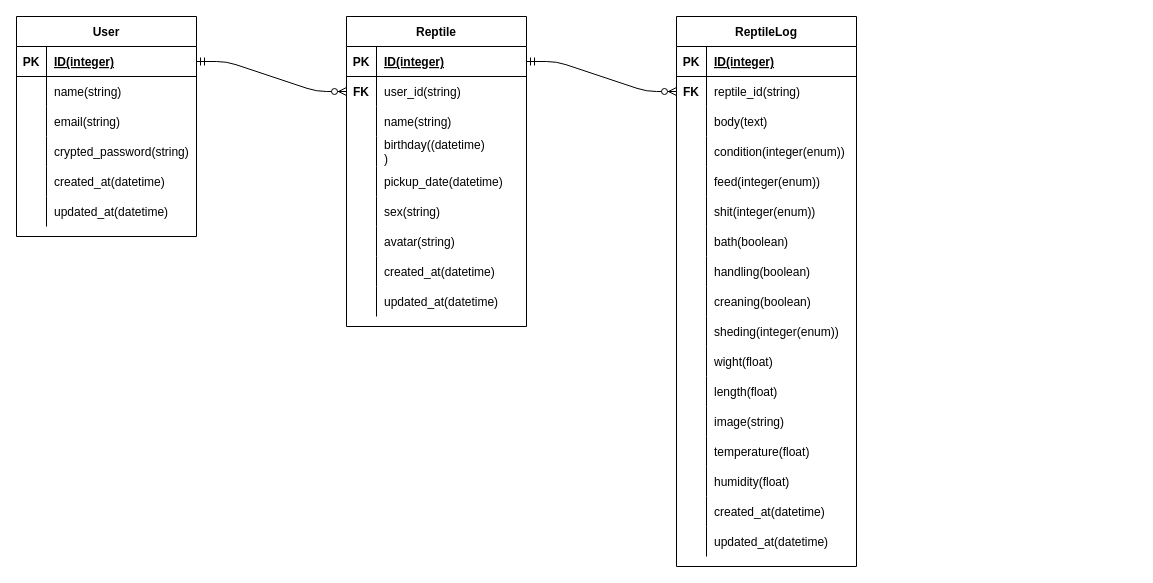
This is er.drawio from shuhei-T/reptiles_log, a draw.io file, before an edit. Source tidied: cells renumbered, new cells numbered last; positions are measured from the earlier drawing's top-left corner, leaving out a move shared by most shapes. Both pictures are drawn from the tidied source at 100%, with x=0, y=0 at pixel (16, 16).
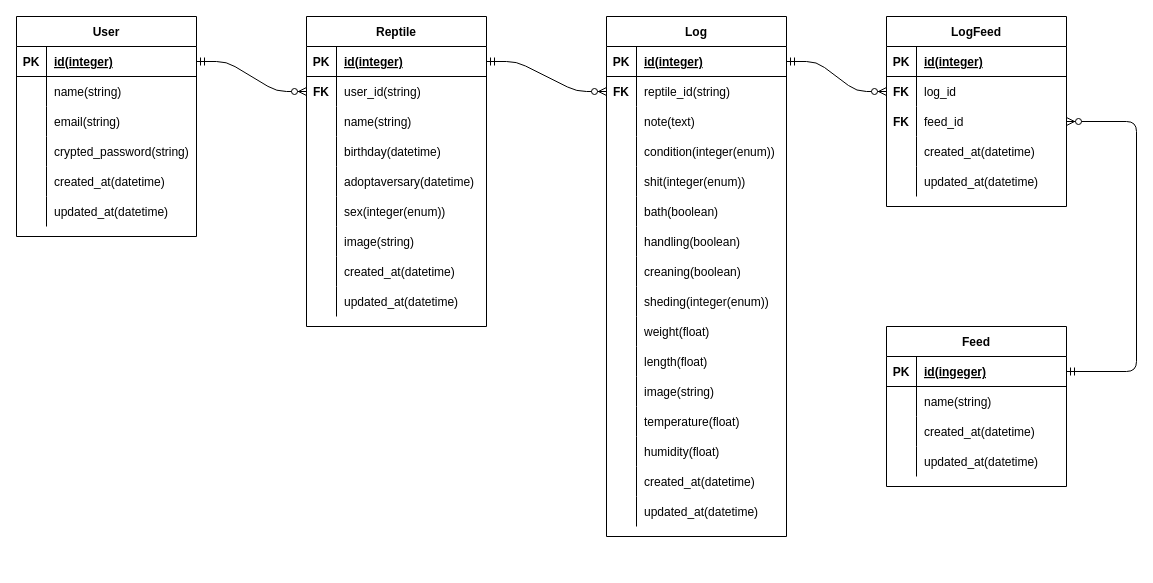
The same diagram, later.

The change refers to these unchanged cells:
```xml
<mxCell id="3" style="shape=partialRectangle;fillColor=none;top=0;left=0;bottom=1;right=0;points=[[0,0.5],[1,0.5]];portConstraint=eastwest;" parent="2" vertex="1">
  <mxGeometry y="30" width="180" height="30" as="geometry" />
</mxCell>
<mxCell id="22" style="shape=partialRectangle;fillColor=none;top=0;left=0;bottom=1;right=0;points=[[0,0.5],[1,0.5]];portConstraint=eastwest;" parent="21" vertex="1">
  <mxGeometry y="30" width="180" height="30" as="geometry" />
</mxCell>
<mxCell id="31" style="shape=partialRectangle;fillColor=none;top=0;left=0;bottom=0;right=0;" parent="21" vertex="1">
  <mxGeometry y="120" width="180" height="30" as="geometry" />
</mxCell>
<mxCell id="34" style="shape=partialRectangle;fillColor=none;top=0;left=0;bottom=0;right=0;" parent="21" vertex="1">
  <mxGeometry y="150" width="180" height="30" as="geometry" />
</mxCell>
<mxCell id="37" style="shape=partialRectangle;fillColor=none;top=0;left=0;bottom=0;right=0;" parent="21" vertex="1">
  <mxGeometry y="180" width="180" height="30" as="geometry" />
</mxCell>
<mxCell id="40" style="shape=partialRectangle;fillColor=none;top=0;left=0;bottom=0;right=0;" parent="21" vertex="1">
  <mxGeometry y="210" width="180" height="30" as="geometry" />
</mxCell>
<mxCell id="52" style="shape=partialRectangle;fillColor=none;top=0;left=0;bottom=1;right=0;points=[[0,0.5],[1,0.5]];portConstraint=eastwest;" parent="51" vertex="1">
  <mxGeometry y="30" width="180" height="30" as="geometry" />
</mxCell>
<mxCell id="58" style="shape=partialRectangle;fillColor=none;top=0;left=0;bottom=0;right=0;" parent="51" vertex="1">
  <mxGeometry y="90" width="180" height="30" as="geometry" />
</mxCell>
```

The edit, as a diff of the source:
```diff
@@
-    <mxCell id="5" value="ID(integer)" style="shape=partialRectangle;fillColor=none;top=0;left=0;bottom=0;right=0;align=left;spacingLeft=6;fontStyle=5;overflow=hidden;" parent="3" vertex="1">
+    <mxCell id="5" value="id(integer)" style="shape=partialRectangle;fillColor=none;top=0;left=0;bottom=0;right=0;align=left;spacingLeft=6;fontStyle=5;overflow=hidden;" parent="3" vertex="1">
       <mxGeometry x="30" width="150" height="30" as="geometry" />
     </mxCell>
@@
     <mxCell id="21" value="Reptile" style="shape=table;startSize=30;childLayout=tableLayout;rowLines=0;fontStyle=1;align=center;" parent="1" vertex="1">
-      <mxGeometry x="330" width="180" height="310" as="geometry" />
+      <mxGeometry x="290" width="180" height="310" as="geometry" />
     </mxCell>
@@
-    <mxCell id="24" value="ID(integer)" style="shape=partialRectangle;fillColor=none;top=0;left=0;bottom=0;right=0;align=left;spacingLeft=6;fontStyle=5;overflow=hidden;" parent="22" vertex="1">
+    <mxCell id="24" value="id(integer)" style="shape=partialRectangle;fillColor=none;top=0;left=0;bottom=0;right=0;align=left;spacingLeft=6;fontStyle=5;overflow=hidden;" parent="22" vertex="1">
       <mxGeometry x="30" width="150" height="30" as="geometry" />
     </mxCell>
@@
-    <mxCell id="33" value="birthday((datetime)&#10;)" style="shape=partialRectangle;fillColor=none;top=0;left=0;bottom=0;right=0;align=left;spacingLeft=6;overflow=hidden;" parent="31" vertex="1">
+    <mxCell id="33" value="birthday(datetime)" style="shape=partialRectangle;fillColor=none;top=0;left=0;bottom=0;right=0;align=left;spacingLeft=6;overflow=hidden;" parent="31" vertex="1">
       <mxGeometry x="30" width="150" height="30" as="geometry" />
     </mxCell>
@@
-    <mxCell id="36" value="pickup_date(datetime)" style="shape=partialRectangle;fillColor=none;top=0;left=0;bottom=0;right=0;align=left;spacingLeft=6;overflow=hidden;" parent="34" vertex="1">
+    <mxCell id="36" value="adoptaversary(datetime)" style="shape=partialRectangle;fillColor=none;top=0;left=0;bottom=0;right=0;align=left;spacingLeft=6;overflow=hidden;" parent="34" vertex="1">
       <mxGeometry x="30" width="150" height="30" as="geometry" />
     </mxCell>
@@
-    <mxCell id="39" value="sex(string)" style="shape=partialRectangle;fillColor=none;top=0;left=0;bottom=0;right=0;align=left;spacingLeft=6;overflow=hidden;" parent="37" vertex="1">
+    <mxCell id="39" value="sex(integer(enum))" style="shape=partialRectangle;fillColor=none;top=0;left=0;bottom=0;right=0;align=left;spacingLeft=6;overflow=hidden;" parent="37" vertex="1">
       <mxGeometry x="30" width="150" height="30" as="geometry" />
     </mxCell>
@@
-    <mxCell id="42" value="avatar(string)" style="shape=partialRectangle;fillColor=none;top=0;left=0;bottom=0;right=0;align=left;spacingLeft=6;overflow=hidden;" parent="40" vertex="1">
+    <mxCell id="42" value="image(string)" style="shape=partialRectangle;fillColor=none;top=0;left=0;bottom=0;right=0;align=left;spacingLeft=6;overflow=hidden;" parent="40" vertex="1">
       <mxGeometry x="30" width="150" height="30" as="geometry" />
     </mxCell>
@@
     <mxCell id="50" style="group;" parent="1" vertex="1">
-      <mxGeometry x="660" width="180" height="550" as="geometry" />
+      <mxGeometry x="590" width="180" height="550" as="geometry" />
     </mxCell>
-    <mxCell id="51" value="ReptileLog" style="shape=table;startSize=30;childLayout=tableLayout;rowLines=0;fontStyle=1;align=center;" parent="50" vertex="1">
-      <mxGeometry width="180" height="550" as="geometry" />
+    <mxCell id="51" value="Log" style="shape=table;startSize=30;childLayout=tableLayout;rowLines=0;fontStyle=1;align=center;" parent="50" vertex="1">
+      <mxGeometry width="180" height="520" as="geometry" />
     </mxCell>
@@
-    <mxCell id="54" value="ID(integer)" style="shape=partialRectangle;fillColor=none;top=0;left=0;bottom=0;right=0;align=left;spacingLeft=6;fontStyle=5;overflow=hidden;" parent="52" vertex="1">
+    <mxCell id="54" value="id(integer)" style="shape=partialRectangle;fillColor=none;top=0;left=0;bottom=0;right=0;align=left;spacingLeft=6;fontStyle=5;overflow=hidden;" parent="52" vertex="1">
       <mxGeometry x="30" width="150" height="30" as="geometry" />
     </mxCell>
@@
-    <mxCell id="60" value="body(text)" style="shape=partialRectangle;fillColor=none;top=0;left=0;bottom=0;right=0;align=left;spacingLeft=6;overflow=hidden;" parent="58" vertex="1">
+    <mxCell id="60" value="note(text)" style="shape=partialRectangle;fillColor=none;top=0;left=0;bottom=0;right=0;align=left;spacingLeft=6;overflow=hidden;" parent="58" vertex="1">
       <mxGeometry x="30" width="150" height="30" as="geometry" />
     </mxCell>
@@
-    <mxCell id="64" style="shape=partialRectangle;fillColor=none;top=0;left=0;bottom=0;right=0;" parent="51" vertex="1">
-      <mxGeometry y="150" width="180" height="30" as="geometry" />
-    </mxCell>
-    <mxCell id="65" style="shape=partialRectangle;fillColor=none;top=0;left=0;bottom=0;right=0;overflow=hidden;" parent="64" vertex="1">
-      <mxGeometry width="30" height="30" as="geometry" />
-    </mxCell>
-    <mxCell id="66" value="feed(integer(enum))" style="shape=partialRectangle;fillColor=none;top=0;left=0;bottom=0;right=0;align=left;spacingLeft=6;overflow=hidden;" parent="64" vertex="1">
-      <mxGeometry x="30" width="150" height="30" as="geometry" />
-    </mxCell>
     <mxCell id="67" style="shape=partialRectangle;fillColor=none;top=0;left=0;bottom=0;right=0;" parent="51" vertex="1">
-      <mxGeometry y="180" width="180" height="30" as="geometry" />
+      <mxGeometry y="150" width="180" height="30" as="geometry" />
     </mxCell>
@@
     <mxCell id="70" style="shape=partialRectangle;fillColor=none;top=0;left=0;bottom=0;right=0;" parent="51" vertex="1">
-      <mxGeometry y="210" width="180" height="30" as="geometry" />
+      <mxGeometry y="180" width="180" height="30" as="geometry" />
     </mxCell>
@@
     <mxCell id="73" style="shape=partialRectangle;fillColor=none;top=0;left=0;bottom=0;right=0;" parent="51" vertex="1">
-      <mxGeometry y="240" width="180" height="30" as="geometry" />
+      <mxGeometry y="210" width="180" height="30" as="geometry" />
     </mxCell>
@@
     <mxCell id="76" style="shape=partialRectangle;fillColor=none;top=0;left=0;bottom=0;right=0;" parent="51" vertex="1">
-      <mxGeometry y="270" width="180" height="30" as="geometry" />
+      <mxGeometry y="240" width="180" height="30" as="geometry" />
     </mxCell>
@@
     <mxCell id="79" style="shape=partialRectangle;fillColor=none;top=0;left=0;bottom=0;right=0;" parent="51" vertex="1">
-      <mxGeometry y="300" width="180" height="30" as="geometry" />
+      <mxGeometry y="270" width="180" height="30" as="geometry" />
     </mxCell>
@@
     <mxCell id="82" style="shape=partialRectangle;fillColor=none;top=0;left=0;bottom=0;right=0;" parent="51" vertex="1">
-      <mxGeometry y="330" width="180" height="30" as="geometry" />
+      <mxGeometry y="300" width="180" height="30" as="geometry" />
     </mxCell>
@@
-    <mxCell id="84" value="wight(float)" style="shape=partialRectangle;fillColor=none;top=0;left=0;bottom=0;right=0;align=left;spacingLeft=6;overflow=hidden;" parent="82" vertex="1">
+    <mxCell id="84" value="weight(float)" style="shape=partialRectangle;fillColor=none;top=0;left=0;bottom=0;right=0;align=left;spacingLeft=6;overflow=hidden;" parent="82" vertex="1">
       <mxGeometry x="30" width="150" height="30" as="geometry" />
     </mxCell>
     <mxCell id="85" style="shape=partialRectangle;fillColor=none;top=0;left=0;bottom=0;right=0;" parent="51" vertex="1">
-      <mxGeometry y="360" width="180" height="30" as="geometry" />
+      <mxGeometry y="330" width="180" height="30" as="geometry" />
     </mxCell>
@@
     <mxCell id="88" style="shape=partialRectangle;fillColor=none;top=0;left=0;bottom=0;right=0;" parent="51" vertex="1">
-      <mxGeometry y="390" width="180" height="30" as="geometry" />
+      <mxGeometry y="360" width="180" height="30" as="geometry" />
     </mxCell>
@@
     <mxCell id="91" style="shape=partialRectangle;fillColor=none;top=0;left=0;bottom=0;right=0;" parent="51" vertex="1">
-      <mxGeometry y="420" width="180" height="30" as="geometry" />
+      <mxGeometry y="390" width="180" height="30" as="geometry" />
     </mxCell>
@@
     <mxCell id="94" style="shape=partialRectangle;fillColor=none;top=0;left=0;bottom=0;right=0;" parent="51" vertex="1">
-      <mxGeometry y="450" width="180" height="30" as="geometry" />
+      <mxGeometry y="420" width="180" height="30" as="geometry" />
     </mxCell>
@@
     <mxCell id="97" style="shape=partialRectangle;fillColor=none;top=0;left=0;bottom=0;right=0;" parent="51" vertex="1">
-      <mxGeometry y="480" width="180" height="30" as="geometry" />
+      <mxGeometry y="450" width="180" height="30" as="geometry" />
     </mxCell>
@@
     <mxCell id="100" style="shape=partialRectangle;fillColor=none;top=0;left=0;bottom=0;right=0;" parent="51" vertex="1">
-      <mxGeometry y="510" width="180" height="30" as="geometry" />
+      <mxGeometry y="480" width="180" height="30" as="geometry" />
     </mxCell>
@@
+    <mxCell id="104" value="Feed" style="shape=table;startSize=30;childLayout=tableLayout;rowLines=0;fontStyle=1;align=center;" parent="1" vertex="1">
+      <mxGeometry x="870" y="310" width="180" height="160" as="geometry" />
+    </mxCell>
+    <mxCell id="105" style="shape=partialRectangle;fillColor=none;top=0;left=0;bottom=1;right=0;points=[[0,0.5],[1,0.5]];portConstraint=eastwest;" parent="104" vertex="1">
+      <mxGeometry y="30" width="180" height="30" as="geometry" />
+    </mxCell>
+    <mxCell id="106" value="PK" style="shape=partialRectangle;fillColor=none;top=0;left=0;bottom=0;right=0;fontStyle=1;overflow=hidden;" parent="105" vertex="1">
+      <mxGeometry width="30" height="30" as="geometry" />
+    </mxCell>
+    <mxCell id="107" value="id(ingeger)" style="shape=partialRectangle;fillColor=none;top=0;left=0;bottom=0;right=0;align=left;spacingLeft=6;fontStyle=5;overflow=hidden;" parent="105" vertex="1">
+      <mxGeometry x="30" width="150" height="30" as="geometry" />
+    </mxCell>
+    <mxCell id="108" style="shape=partialRectangle;fillColor=none;top=0;left=0;bottom=0;right=0;" parent="104" vertex="1">
+      <mxGeometry y="60" width="180" height="30" as="geometry" />
+    </mxCell>
+    <mxCell id="109" style="shape=partialRectangle;fillColor=none;top=0;left=0;bottom=0;right=0;overflow=hidden;" parent="108" vertex="1">
+      <mxGeometry width="30" height="30" as="geometry" />
+    </mxCell>
+    <mxCell id="110" value="name(string)" style="shape=partialRectangle;fillColor=none;top=0;left=0;bottom=0;right=0;align=left;spacingLeft=6;overflow=hidden;" parent="108" vertex="1">
+      <mxGeometry x="30" width="150" height="30" as="geometry" />
+    </mxCell>
+    <mxCell id="111" style="shape=partialRectangle;fillColor=none;top=0;left=0;bottom=0;right=0;" parent="104" vertex="1">
+      <mxGeometry y="90" width="180" height="30" as="geometry" />
+    </mxCell>
+    <mxCell id="112" style="shape=partialRectangle;fillColor=none;top=0;left=0;bottom=0;right=0;overflow=hidden;" parent="111" vertex="1">
+      <mxGeometry width="30" height="30" as="geometry" />
+    </mxCell>
+    <mxCell id="113" value="created_at(datetime)" style="shape=partialRectangle;fillColor=none;top=0;left=0;bottom=0;right=0;align=left;spacingLeft=6;overflow=hidden;" parent="111" vertex="1">
+      <mxGeometry x="30" width="150" height="30" as="geometry" />
+    </mxCell>
+    <mxCell id="114" style="shape=partialRectangle;fillColor=none;top=0;left=0;bottom=0;right=0;" parent="104" vertex="1">
+      <mxGeometry y="120" width="180" height="30" as="geometry" />
+    </mxCell>
+    <mxCell id="115" style="shape=partialRectangle;fillColor=none;top=0;left=0;bottom=0;right=0;overflow=hidden;" parent="114" vertex="1">
+      <mxGeometry width="30" height="30" as="geometry" />
+    </mxCell>
+    <mxCell id="116" value="updated_at(datetime)" style="shape=partialRectangle;fillColor=none;top=0;left=0;bottom=0;right=0;align=left;spacingLeft=6;overflow=hidden;" parent="114" vertex="1">
+      <mxGeometry x="30" width="150" height="30" as="geometry" />
+    </mxCell>
+    <mxCell id="117" value="LogFeed" style="shape=table;startSize=30;childLayout=tableLayout;rowLines=0;fontStyle=1;align=center;" parent="1" vertex="1">
+      <mxGeometry x="870" width="180" height="190" as="geometry" />
+    </mxCell>
+    <mxCell id="118" style="shape=partialRectangle;fillColor=none;top=0;left=0;bottom=1;right=0;" parent="117" vertex="1">
+      <mxGeometry y="30" width="180" height="30" as="geometry" />
+    </mxCell>
+    <mxCell id="119" value="PK" style="shape=partialRectangle;fillColor=none;top=0;left=0;bottom=0;right=0;fontStyle=1;overflow=hidden;" parent="118" vertex="1">
+      <mxGeometry width="30" height="30" as="geometry" />
+    </mxCell>
+    <mxCell id="120" value="id(integer)" style="shape=partialRectangle;fillColor=none;top=0;left=0;bottom=0;right=0;align=left;spacingLeft=6;fontStyle=5;overflow=hidden;" parent="118" vertex="1">
+      <mxGeometry x="30" width="150" height="30" as="geometry" />
+    </mxCell>
+    <mxCell id="121" style="shape=partialRectangle;fillColor=none;top=0;left=0;bottom=0;right=0;points=[[0,0.5],[1,0.5]];portConstraint=eastwest;" parent="117" vertex="1">
+      <mxGeometry y="60" width="180" height="30" as="geometry" />
+    </mxCell>
+    <mxCell id="122" value="FK" style="shape=partialRectangle;fillColor=none;top=0;left=0;bottom=0;right=0;overflow=hidden;fontStyle=1;" parent="121" vertex="1">
+      <mxGeometry width="30" height="30" as="geometry" />
+    </mxCell>
+    <mxCell id="123" value="log_id" style="shape=partialRectangle;fillColor=none;top=0;left=0;bottom=0;right=0;align=left;spacingLeft=6;overflow=hidden;" parent="121" vertex="1">
+      <mxGeometry x="30" width="150" height="30" as="geometry" />
+    </mxCell>
+    <mxCell id="124" style="shape=partialRectangle;fillColor=none;top=0;left=0;bottom=0;right=0;points=[[0,0.5],[1,0.5]];portConstraint=eastwest;" parent="117" vertex="1">
+      <mxGeometry y="90" width="180" height="30" as="geometry" />
+    </mxCell>
+    <mxCell id="125" value="FK" style="shape=partialRectangle;fillColor=none;top=0;left=0;bottom=0;right=0;overflow=hidden;fontStyle=1;" parent="124" vertex="1">
+      <mxGeometry width="30" height="30" as="geometry" />
+    </mxCell>
+    <mxCell id="126" value="feed_id" style="shape=partialRectangle;fillColor=none;top=0;left=0;bottom=0;right=0;align=left;spacingLeft=6;overflow=hidden;" parent="124" vertex="1">
+      <mxGeometry x="30" width="150" height="30" as="geometry" />
+    </mxCell>
+    <mxCell id="127" style="shape=partialRectangle;fillColor=none;top=0;left=0;bottom=0;right=0;" parent="117" vertex="1">
+      <mxGeometry y="120" width="180" height="30" as="geometry" />
+    </mxCell>
+    <mxCell id="128" style="shape=partialRectangle;fillColor=none;top=0;left=0;bottom=0;right=0;overflow=hidden;fontStyle=1;" parent="127" vertex="1">
+      <mxGeometry width="30" height="30" as="geometry" />
+    </mxCell>
+    <mxCell id="129" value="created_at(datetime)" style="shape=partialRectangle;fillColor=none;top=0;left=0;bottom=0;right=0;align=left;spacingLeft=6;overflow=hidden;" parent="127" vertex="1">
+      <mxGeometry x="30" width="150" height="30" as="geometry" />
+    </mxCell>
+    <mxCell id="64" style="shape=partialRectangle;fillColor=none;top=0;left=0;bottom=0;right=0;" parent="117" vertex="1">
+      <mxGeometry y="150" width="180" height="30" as="geometry" />
+    </mxCell>
+    <mxCell id="130" style="shape=partialRectangle;fillColor=none;top=0;left=0;bottom=0;right=0;overflow=hidden;fontStyle=1;" parent="64" vertex="1">
+      <mxGeometry width="30" height="30" as="geometry" />
+    </mxCell>
+    <mxCell id="131" value="updated_at(datetime)" style="shape=partialRectangle;fillColor=none;top=0;left=0;bottom=0;right=0;align=left;spacingLeft=6;overflow=hidden;" parent="64" vertex="1">
+      <mxGeometry x="30" width="150" height="30" as="geometry" />
+    </mxCell>
+    <mxCell id="132" style="edgeStyle=entityRelationEdgeStyle;fontSize=12;html=1;endArrow=ERzeroToMany;startArrow=ERmandOne;exitX=1;exitY=0.5;exitDx=0;exitDy=0;endFill=1;startFill=0;" parent="1" edge="1" source="52" target="121">
+      <mxGeometry relative="1" as="geometry" />
+    </mxCell>
+    <mxCell id="133" style="edgeStyle=orthogonalEdgeStyle;fontSize=12;html=1;endArrow=ERmandOne;startArrow=ERzeroToMany;exitX=1;exitY=0.5;exitDx=0;exitDy=0;entryX=1;entryY=0.5;entryDx=0;entryDy=0;endFill=0;startFill=1;" parent="1" edge="1" source="124" target="105">
+      <mxGeometry relative="1" as="geometry">
+        <Array as="points">
+          <mxPoint x="1120" y="105" />
+          <mxPoint x="1120" y="355" />
+        </Array>
+      </mxGeometry>
+    </mxCell>
```
